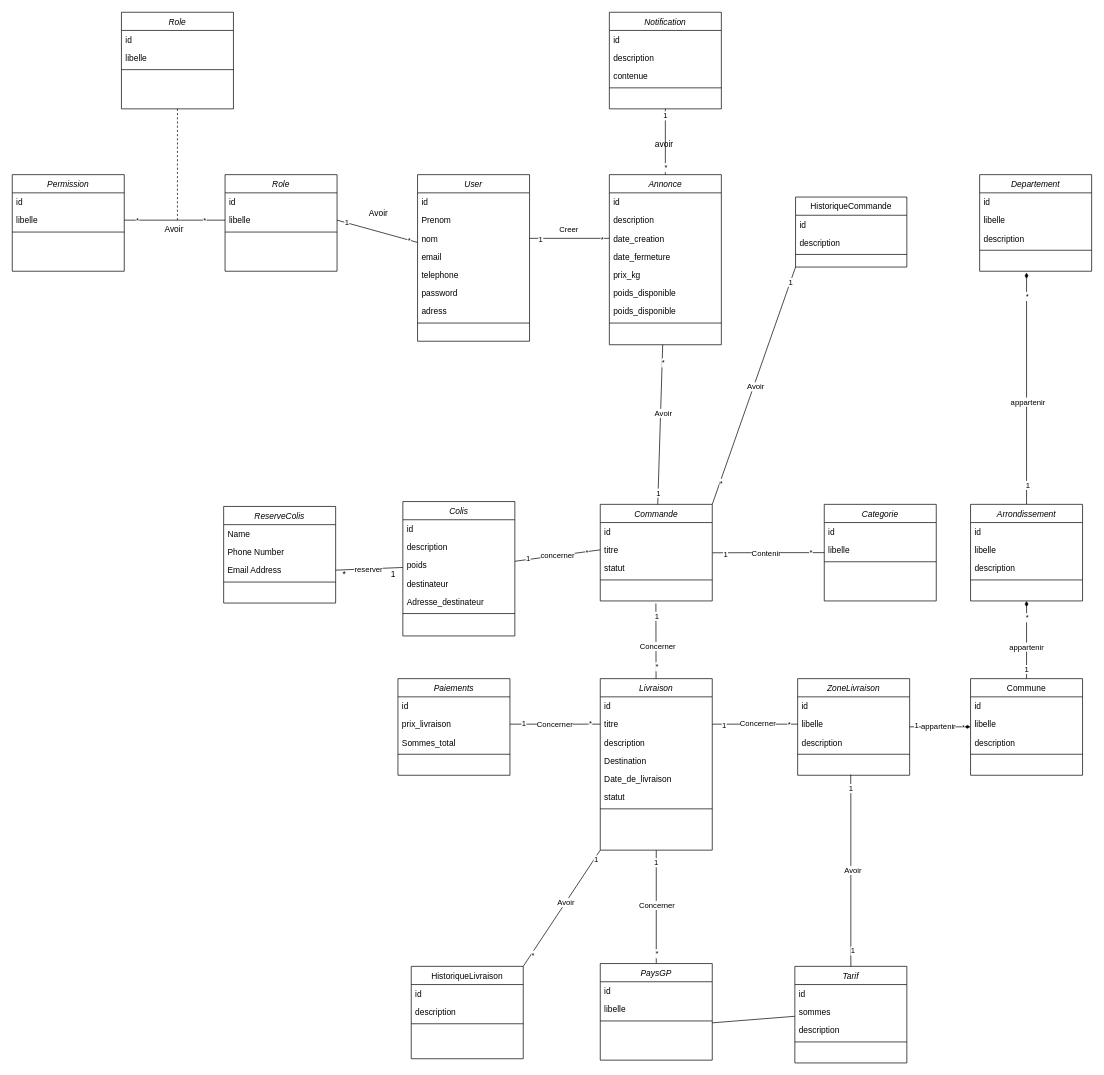
Earlier version of the draw.io diagram page "DiagrammeDeClasses" (1 of 6) of Diagramme sans nom.drawio (BounAbdallah/tuto). Source tidied: cells renumbered, new cells numbered last; positions are measured from the earlier drawing's top-left corner, leaving out a move shared by most shapes. Both pictures are drawn from the tidied source at 70%, with x=0, y=0 at pixel (12, 12).
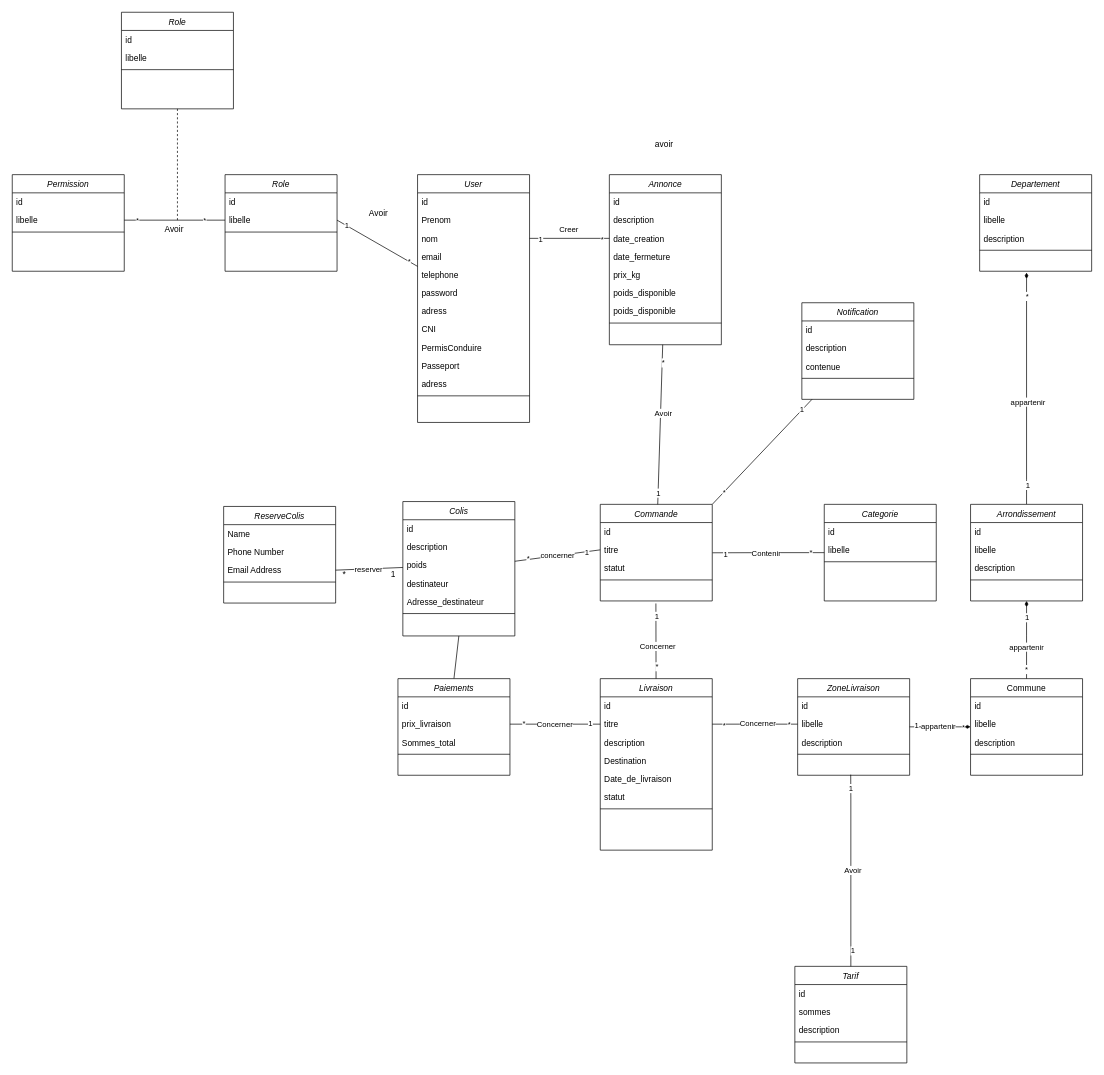
After the change.

Unchanged cells that the change refers to:
```xml
<mxCell id="4" value="sommes" style="text;align=left;verticalAlign=top;spacingLeft=4;spacingRight=4;overflow=hidden;points=[[0,0.5],[1,0.5]];portConstraint=eastwest;rounded=0;shadow=0;html=0;" parent="2" vertex="1">
  <mxGeometry y="52" width="160" height="26" as="geometry" />
</mxCell>
<mxCell id="24" style="edgeStyle=orthogonalEdgeStyle;rounded=0;jettySize=auto;html=1;entryX=0.5;entryY=0;entryDx=0;entryDy=0;endArrow=none;endFill=0;startArrow=diamondThin;startFill=1;" parent="1" edge="1" source="32" target="11">
  <mxGeometry relative="1" as="geometry">
    <Array as="points">
      <mxPoint x="1449" y="891" />
      <mxPoint x="1449" y="891" />
    </Array>
  </mxGeometry>
</mxCell>
<mxCell id="45" value="Paiements" style="swimlane;fontStyle=2;align=center;verticalAlign=top;horizontal=1;startSize=26;rounded=0;shadow=0;strokeWidth=1;" parent="1" vertex="1">
  <mxGeometry x="551" y="952" width="160" height="138" as="geometry" />
</mxCell>
<mxCell id="71" value="Livraison" style="swimlane;fontStyle=2;align=center;verticalAlign=top;horizontal=1;startSize=26;rounded=0;shadow=0;strokeWidth=1;" parent="1" vertex="1">
  <mxGeometry x="840" y="952" width="160" height="245" as="geometry" />
</mxCell>
<mxCell id="84" value="Commande" style="swimlane;fontStyle=2;align=center;verticalAlign=top;horizontal=1;startSize=26;rounded=0;shadow=0;strokeWidth=1;" parent="1" vertex="1">
  <mxGeometry x="840" y="703" width="160" height="138" as="geometry" />
</mxCell>
<mxCell id="89" value="concerner" style="rounded=0;jettySize=auto;html=1;entryX=0;entryY=0.5;entryDx=0;entryDy=0;endArrow=none;endFill=0;" parent="1" edge="1" source="92" target="86">
  <mxGeometry relative="1" as="geometry" />
</mxCell>
<mxCell id="92" value="Colis" style="swimlane;fontStyle=2;align=center;verticalAlign=top;horizontal=1;startSize=26;rounded=0;shadow=0;strokeWidth=1;" parent="1" vertex="1">
  <mxGeometry x="558" y="699" width="160" height="192" as="geometry" />
</mxCell>
<mxCell id="131" value="Annonce" style="swimlane;fontStyle=2;align=center;verticalAlign=top;horizontal=1;startSize=26;rounded=0;shadow=0;strokeWidth=1;" parent="1" vertex="1">
  <mxGeometry x="853" y="232" width="160" height="243" as="geometry" />
</mxCell>
<mxCell id="147" style="edgeStyle=orthogonalEdgeStyle;rounded=0;jettySize=auto;html=1;exitX=0;exitY=0.5;exitDx=0;exitDy=0;entryX=1;entryY=0.5;entryDx=0;entryDy=0;endArrow=none;endFill=0;" parent="1" edge="1" source="73" target="47">
  <mxGeometry relative="1" as="geometry" />
</mxCell>
<mxCell id="151" style="edgeStyle=orthogonalEdgeStyle;rounded=0;jettySize=auto;html=1;exitX=0;exitY=0.5;exitDx=0;exitDy=0;entryX=1;entryY=0.5;entryDx=0;entryDy=0;endArrow=none;endFill=0;" parent="1" edge="1" source="60" target="73">
  <mxGeometry relative="1" as="geometry" />
</mxCell>
```

What changed in the source:
```diff
@@
-    <mxCell id="16" value="HistoriqueLivraison" style="swimlane;fontStyle=0;align=center;verticalAlign=top;horizontal=1;startSize=26;rounded=0;shadow=0;strokeWidth=1;" parent="1" vertex="1">
-      <mxGeometry x="570" y="1363" width="160" height="132" as="geometry" />
-    </mxCell>
-    <mxCell id="17" value="id" style="text;align=left;verticalAlign=top;spacingLeft=4;spacingRight=4;overflow=hidden;" parent="16" vertex="1">
-      <mxGeometry y="26" width="160" height="26" as="geometry" />
-    </mxCell>
-    <mxCell id="18" value="description" style="text;align=left;verticalAlign=top;spacingLeft=4;spacingRight=4;overflow=hidden;" parent="16" vertex="1">
-      <mxGeometry y="52" width="160" height="26" as="geometry" />
-    </mxCell>
-    <mxCell id="19" style="line;html=1;strokeWidth=1;align=left;verticalAlign=middle;spacingTop=-1;spacingLeft=3;spacingRight=3;labelPosition=right;" parent="16" vertex="1">
-      <mxGeometry y="78" width="160" height="8" as="geometry" />
-    </mxCell>
-    <mxCell id="20" value="HistoriqueCommande" style="swimlane;fontStyle=0;align=center;verticalAlign=top;horizontal=1;startSize=26;rounded=0;shadow=0;strokeWidth=1;" parent="1" vertex="1">
-      <mxGeometry x="1119" y="264" width="159" height="100" as="geometry" />
-    </mxCell>
-    <mxCell id="21" value="id" style="text;align=left;verticalAlign=top;spacingLeft=4;spacingRight=4;overflow=hidden;" parent="20" vertex="1">
-      <mxGeometry y="26" width="159" height="26" as="geometry" />
-    </mxCell>
-    <mxCell id="22" value="description" style="text;align=left;verticalAlign=top;spacingLeft=4;spacingRight=4;overflow=hidden;rounded=0;shadow=0;html=0;" parent="20" vertex="1">
-      <mxGeometry y="52" width="159" height="26" as="geometry" />
-    </mxCell>
-    <mxCell id="23" style="line;html=1;strokeWidth=1;align=left;verticalAlign=middle;spacingTop=-1;spacingLeft=3;spacingRight=3;labelPosition=right;" parent="20" vertex="1">
-      <mxGeometry y="78" width="159" height="8" as="geometry" />
-    </mxCell>
@@
-    <mxCell id="25" value="*" style="edgeLabel;html=1;align=center;verticalAlign=middle;" parent="24" vertex="1">
+    <mxCell id="25" value="1" style="edgeLabel;html=1;align=center;verticalAlign=middle;" parent="24" vertex="1">
       <mxGeometry x="-0.59" relative="1" as="geometry" />
     </mxCell>
@@
-    <mxCell id="27" value="1" style="edgeLabel;html=1;align=center;verticalAlign=middle;" parent="24" vertex="1">
+    <mxCell id="27" value="*" style="edgeLabel;html=1;align=center;verticalAlign=middle;" parent="24" vertex="1">
       <mxGeometry x="0.74" y="-1" relative="1" as="geometry" />
     </mxCell>
@@
-    <mxCell id="37" style="edgeStyle=orthogonalEdgeStyle;rounded=0;jettySize=auto;html=1;entryX=0.5;entryY=0;entryDx=0;entryDy=0;endArrow=none;endFill=0;" parent="1" edge="1" source="40" target="131">
+    <mxCell id="37" style="rounded=0;jettySize=auto;html=1;entryX=1;entryY=0;entryDx=0;entryDy=0;endArrow=none;endFill=0;" parent="1" edge="1" source="40" target="84">
       <mxGeometry relative="1" as="geometry" />
     </mxCell>
@@
     <mxCell id="40" value="Notification" style="swimlane;fontStyle=2;align=center;verticalAlign=top;horizontal=1;startSize=26;rounded=0;shadow=0;strokeWidth=1;" parent="1" vertex="1">
-      <mxGeometry x="853" width="160" height="138" as="geometry" />
+      <mxGeometry x="1128" y="415" width="160" height="138" as="geometry" />
     </mxCell>
@@
+    <mxCell id="181" style="rounded=0;jettySize=auto;html=1;exitX=0.5;exitY=0;exitDx=0;exitDy=0;entryX=0.5;entryY=1;entryDx=0;entryDy=0;endArrow=none;endFill=0;" parent="1" edge="1" source="45" target="92">
+      <mxGeometry relative="1" as="geometry" />
+    </mxCell>
@@
-    <mxCell id="63" style="edgeStyle=orthogonalEdgeStyle;rounded=0;jettySize=auto;html=1;exitX=0.5;exitY=0;exitDx=0;exitDy=0;entryX=0.5;entryY=1;entryDx=0;entryDy=0;endArrow=none;endFill=0;" parent="1" edge="1" source="67" target="71">
-      <mxGeometry relative="1" as="geometry" />
-    </mxCell>
-    <mxCell id="64" value="Concerner" style="edgeLabel;html=1;align=center;verticalAlign=middle;" parent="63" vertex="1">
-      <mxGeometry x="0.04" relative="1" as="geometry" />
-    </mxCell>
-    <mxCell id="65" value="1" style="edgeLabel;html=1;align=center;verticalAlign=middle;" parent="63" vertex="1">
-      <mxGeometry x="0.79" y="1" relative="1" as="geometry" />
-    </mxCell>
-    <mxCell id="66" value="*" style="edgeLabel;html=1;align=center;verticalAlign=middle;" parent="63" vertex="1">
-      <mxGeometry x="-0.82" relative="1" as="geometry" />
-    </mxCell>
-    <mxCell id="67" value="PaysGP" style="swimlane;fontStyle=2;align=center;verticalAlign=top;horizontal=1;startSize=26;rounded=0;shadow=0;strokeWidth=1;" parent="1" vertex="1">
-      <mxGeometry x="840" y="1359" width="160" height="138" as="geometry" />
-    </mxCell>
-    <mxCell id="68" value="id" style="text;align=left;verticalAlign=top;spacingLeft=4;spacingRight=4;overflow=hidden;" parent="67" vertex="1">
-      <mxGeometry y="26" width="160" height="26" as="geometry" />
-    </mxCell>
-    <mxCell id="69" value="libelle" style="text;align=left;verticalAlign=top;spacingLeft=4;spacingRight=4;overflow=hidden;rounded=0;shadow=0;html=0;" parent="67" vertex="1">
-      <mxGeometry y="52" width="160" height="26" as="geometry" />
-    </mxCell>
-    <mxCell id="70" style="line;html=1;strokeWidth=1;align=left;verticalAlign=middle;spacingTop=-1;spacingLeft=3;spacingRight=3;labelPosition=right;" parent="67" vertex="1">
-      <mxGeometry y="78" width="160" height="8" as="geometry" />
-    </mxCell>
@@
-    <mxCell id="90" value="*" style="edgeLabel;html=1;align=center;verticalAlign=middle;" parent="89" vertex="1">
+    <mxCell id="90" value="1" style="edgeLabel;html=1;align=center;verticalAlign=middle;" parent="89" vertex="1">
       <mxGeometry x="0.66" y="-1" relative="1" as="geometry">
         <mxPoint x="1" as="offset" />
       </mxGeometry>
     </mxCell>
-    <mxCell id="91" value="1" style="edgeLabel;html=1;align=center;verticalAlign=middle;" parent="89" vertex="1">
+    <mxCell id="91" value="*" style="edgeLabel;html=1;align=center;verticalAlign=middle;" parent="89" vertex="1">
       <mxGeometry x="-0.69" y="1" relative="1" as="geometry" />
     </mxCell>
@@
     <mxCell id="110" value="User" style="swimlane;fontStyle=2;align=center;verticalAlign=top;horizontal=1;startSize=26;rounded=0;shadow=0;strokeWidth=1;" parent="1" vertex="1">
-      <mxGeometry x="579" y="232" width="160" height="238" as="geometry" />
+      <mxGeometry x="579" y="232" width="160" height="354" as="geometry" />
     </mxCell>
@@
+    <mxCell id="182" value="adress" style="text;align=left;verticalAlign=top;spacingLeft=4;spacingRight=4;overflow=hidden;rounded=0;shadow=0;html=0;" parent="110" vertex="1">
+      <mxGeometry y="182" width="160" height="26" as="geometry" />
+    </mxCell>
-    <mxCell id="117" value="adress" style="text;align=left;verticalAlign=top;spacingLeft=4;spacingRight=4;overflow=hidden;rounded=0;shadow=0;html=0;" parent="110" vertex="1">
-      <mxGeometry y="182" width="160" height="26" as="geometry" />
+    <mxCell id="117" value="CNI" style="text;align=left;verticalAlign=top;spacingLeft=4;spacingRight=4;overflow=hidden;rounded=0;shadow=0;html=0;" parent="110" vertex="1">
+      <mxGeometry y="208" width="160" height="26" as="geometry" />
     </mxCell>
+    <mxCell id="183" value="PermisConduire" style="text;align=left;verticalAlign=top;spacingLeft=4;spacingRight=4;overflow=hidden;rounded=0;shadow=0;html=0;" parent="110" vertex="1">
+      <mxGeometry y="234" width="160" height="26" as="geometry" />
+    </mxCell>
+    <mxCell id="184" value="Passeport" style="text;align=left;verticalAlign=top;spacingLeft=4;spacingRight=4;overflow=hidden;rounded=0;shadow=0;html=0;" parent="110" vertex="1">
+      <mxGeometry y="260" width="160" height="26" as="geometry" />
+    </mxCell>
+    <mxCell id="185" value="adress" style="text;align=left;verticalAlign=top;spacingLeft=4;spacingRight=4;overflow=hidden;rounded=0;shadow=0;html=0;" parent="110" vertex="1">
+      <mxGeometry y="286" width="160" height="26" as="geometry" />
+    </mxCell>
     <mxCell id="118" style="line;html=1;strokeWidth=1;align=left;verticalAlign=middle;spacingTop=-1;spacingLeft=3;spacingRight=3;labelPosition=right;" parent="110" vertex="1">
-      <mxGeometry y="208" width="160" height="8" as="geometry" />
+      <mxGeometry y="312" width="160" height="8" as="geometry" />
     </mxCell>
@@
-    <mxCell id="149" value="1" style="edgeLabel;html=1;align=center;verticalAlign=middle;" parent="147" vertex="1">
+    <mxCell id="149" value="*" style="edgeLabel;html=1;align=center;verticalAlign=middle;" parent="147" vertex="1">
       <mxGeometry x="0.71" y="-2" relative="1" as="geometry" />
     </mxCell>
-    <mxCell id="150" value="*" style="edgeLabel;html=1;align=center;verticalAlign=middle;" parent="147" vertex="1">
+    <mxCell id="150" value="1" style="edgeLabel;html=1;align=center;verticalAlign=middle;" parent="147" vertex="1">
       <mxGeometry x="-0.76" y="-2" relative="1" as="geometry" />
     </mxCell>
@@
-    <mxCell id="153" value="1" style="edgeLabel;html=1;align=center;verticalAlign=middle;" parent="151" vertex="1">
+    <mxCell id="153" value="*" style="edgeLabel;html=1;align=center;verticalAlign=middle;" parent="151" vertex="1">
       <mxGeometry x="0.73" y="1" relative="1" as="geometry" />
     </mxCell>
@@
-    <mxCell id="166" style="rounded=0;jettySize=auto;html=1;exitX=0;exitY=1;exitDx=0;exitDy=0;entryX=1;entryY=0;entryDx=0;entryDy=0;endArrow=none;endFill=0;" parent="1" edge="1" source="20" target="84">
-      <mxGeometry relative="1" as="geometry" />
-    </mxCell>
-    <mxCell id="167" value="1" style="edgeLabel;html=1;align=center;verticalAlign=middle;" parent="166" vertex="1">
-      <mxGeometry x="-0.87" relative="1" as="geometry" />
-    </mxCell>
-    <mxCell id="168" value="Avoir" style="edgeLabel;html=1;align=center;verticalAlign=middle;" parent="166" vertex="1">
-      <mxGeometry y="2" relative="1" as="geometry" />
-    </mxCell>
-    <mxCell id="169" value="*" style="edgeLabel;html=1;align=center;verticalAlign=middle;" parent="166" vertex="1">
-      <mxGeometry x="0.82" y="1" relative="1" as="geometry">
-        <mxPoint x="1" as="offset" />
-      </mxGeometry>
-    </mxCell>
-    <mxCell id="170" style="rounded=0;jettySize=auto;html=1;exitX=1;exitY=0;exitDx=0;exitDy=0;entryX=0;entryY=1;entryDx=0;entryDy=0;endArrow=none;endFill=0;" parent="1" edge="1" source="16" target="71">
-      <mxGeometry relative="1" as="geometry" />
-    </mxCell>
-    <mxCell id="171" value="Avoir" style="edgeLabel;html=1;align=center;verticalAlign=middle;" parent="170" vertex="1">
-      <mxGeometry x="0.09" relative="1" as="geometry">
-        <mxPoint y="-1" as="offset" />
-      </mxGeometry>
-    </mxCell>
-    <mxCell id="172" value="1" style="edgeLabel;html=1;align=center;verticalAlign=middle;" parent="170" vertex="1">
-      <mxGeometry x="0.85" y="-2" relative="1" as="geometry" />
-    </mxCell>
-    <mxCell id="173" value="*" style="edgeLabel;html=1;align=center;verticalAlign=middle;" parent="170" vertex="1">
-      <mxGeometry x="-0.79" y="-2" relative="1" as="geometry" />
-    </mxCell>
-    <mxCell id="174" style="rounded=0;jettySize=auto;html=1;endArrow=none;endFill=0;" parent="1" edge="1" source="4">
-      <mxGeometry relative="1" as="geometry">
-        <mxPoint x="1000" y="1443.7" as="targetPoint" />
-      </mxGeometry>
-    </mxCell>
```
